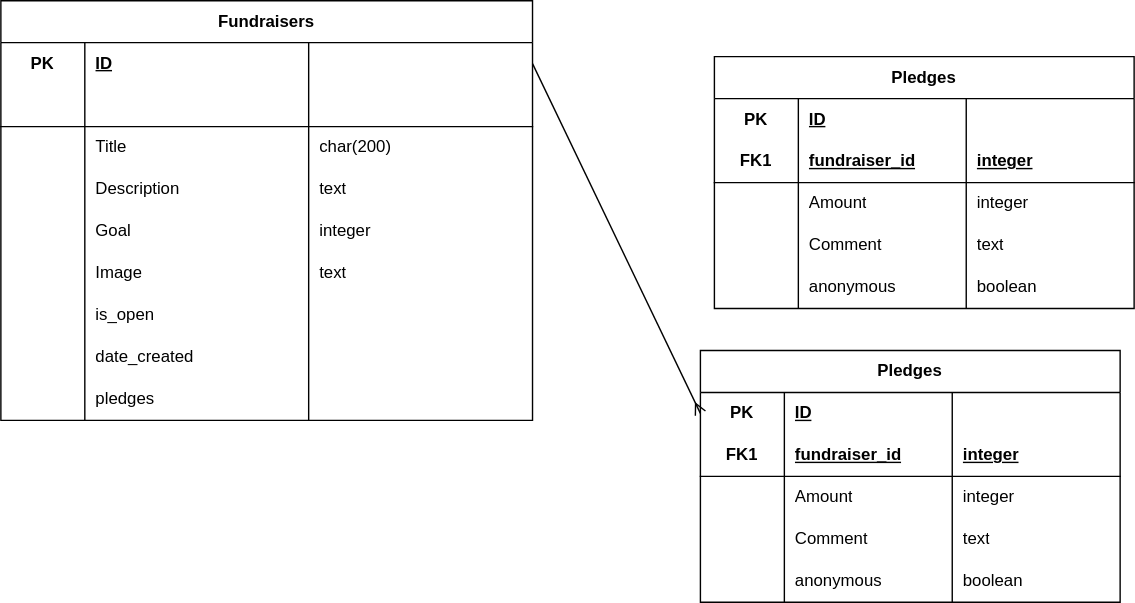
trangvo24267/crowdfunding_backend keeps this draw.io diagram as database.drawio.svg. Above is the earlier version. Source tidied: cells renumbered, new cells last; positions are measured from the earlier drawing's top-left corner, leaving out a move shared by most shapes.
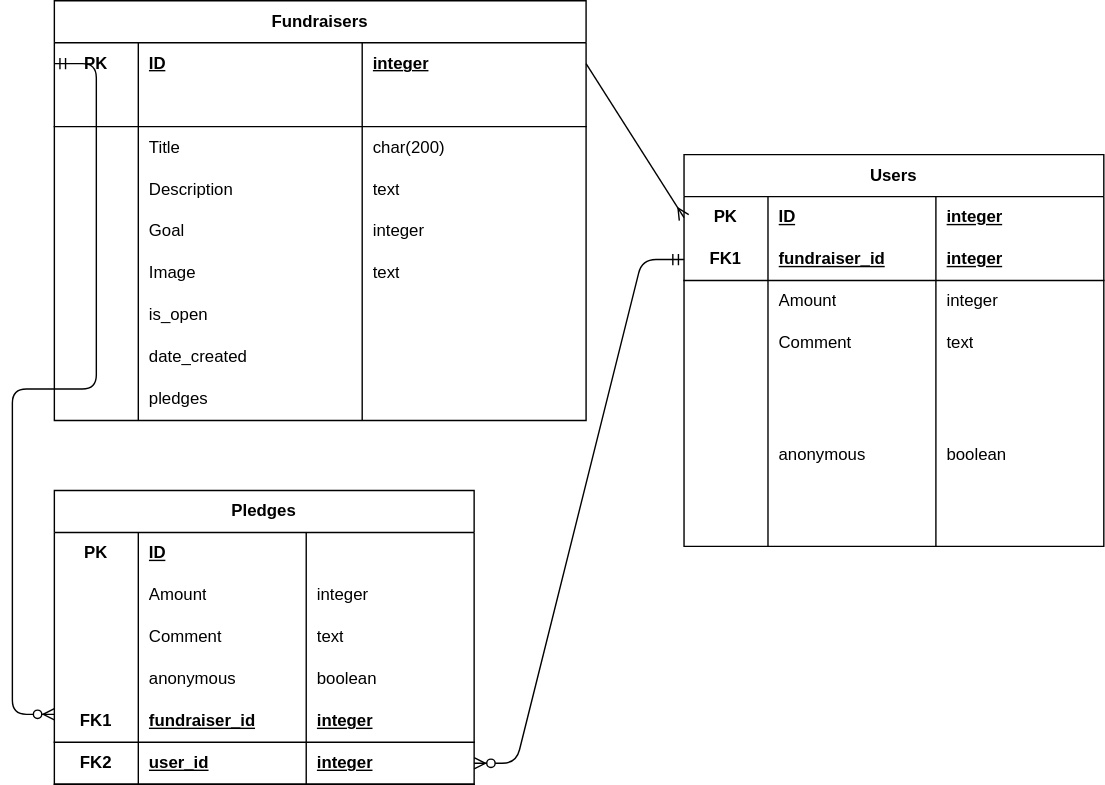
The same diagram one commit later.

Diff of the diagram source:
```diff
@@ -3,7 +3,7 @@
     <mxCell id="0" />
     <mxCell id="1" parent="0" />
     <mxCell id="2" value="Fundraisers" style="shape=table;startSize=30;rowLines=0;fontStyle=1;align=center;html=1;whiteSpace=wrap;" parent="1" vertex="1">
-      <mxGeometry width="380" height="300" as="geometry" />
+      <mxGeometry x="50" y="-10" width="380" height="300" as="geometry" />
     </mxCell>
     <mxCell id="3" style="shape=tableRow;horizontal=0;startSize=0;swimlaneHead=0;swimlaneBody=0;fillColor=none;points=[[0,0.5],[1,0.5]];portConstraint=eastwest;top=0;left=0;right=0;bottom=0;html=1;" parent="2" vertex="1">
       <mxGeometry y="30" width="380" height="30" as="geometry" />
@@ -14,7 +14,7 @@
     <mxCell id="5" value="ID" style="shape=partialRectangle;fillColor=none;top=0;left=0;bottom=0;right=0;align=left;spacingLeft=6;fontStyle=5;overflow=hidden;html=1;whiteSpace=wrap;" parent="3" vertex="1">
       <mxGeometry x="60" width="160" height="30" as="geometry" />
     </mxCell>
-    <mxCell id="6" style="shape=partialRectangle;fillColor=none;top=0;left=0;bottom=0;right=0;align=left;spacingLeft=6;fontStyle=5;overflow=hidden;html=1;whiteSpace=wrap;" parent="3" vertex="1">
+    <mxCell id="6" value="&lt;span style=&quot;color: rgb(0, 0, 0);&quot;&gt;integer&lt;/span&gt;" style="shape=partialRectangle;fillColor=none;top=0;left=0;bottom=0;right=0;align=left;spacingLeft=6;fontStyle=5;overflow=hidden;html=1;whiteSpace=wrap;" parent="3" vertex="1">
       <mxGeometry x="220" width="160" height="30" as="geometry" />
     </mxCell>
     <mxCell id="7" style="shape=tableRow;horizontal=0;startSize=0;swimlaneHead=0;swimlaneBody=0;fillColor=none;top=0;left=0;right=0;bottom=1;html=1;" parent="2" vertex="1">
@@ -113,8 +113,8 @@
     <mxCell id="38" style="shape=partialRectangle;fillColor=none;top=0;left=0;bottom=0;right=0;align=left;spacingLeft=6;overflow=hidden;html=1;whiteSpace=wrap;" parent="35" vertex="1">
       <mxGeometry x="220" width="160" height="30" as="geometry" />
     </mxCell>
-    <mxCell id="39" value="Pledges" style="shape=table;startSize=30;rowLines=0;fontStyle=1;align=center;html=1;whiteSpace=wrap;" parent="1" vertex="1">
-      <mxGeometry x="500" y="250" width="300" height="180" as="geometry" />
+    <mxCell id="39" value="Users" style="shape=table;startSize=30;rowLines=0;fontStyle=1;align=center;html=1;whiteSpace=wrap;" parent="1" vertex="1">
+      <mxGeometry x="500" y="100" width="300" height="280" as="geometry" />
     </mxCell>
     <mxCell id="40" style="shape=tableRow;horizontal=0;startSize=0;swimlaneHead=0;swimlaneBody=0;fillColor=none;points=[[0,0.5],[1,0.5]];portConstraint=eastwest;top=0;left=0;right=0;bottom=0;html=1;" parent="39" vertex="1">
       <mxGeometry y="30" width="300" height="30" as="geometry" />
@@ -125,7 +125,7 @@
     <mxCell id="42" value="ID" style="shape=partialRectangle;fillColor=none;top=0;left=0;bottom=0;right=0;align=left;spacingLeft=6;fontStyle=5;overflow=hidden;html=1;whiteSpace=wrap;" parent="40" vertex="1">
       <mxGeometry x="60" width="120" height="30" as="geometry" />
     </mxCell>
-    <mxCell id="43" style="shape=partialRectangle;fillColor=none;top=0;left=0;bottom=0;right=0;align=left;spacingLeft=6;fontStyle=5;overflow=hidden;html=1;whiteSpace=wrap;" parent="40" vertex="1">
+    <mxCell id="43" value="&lt;span style=&quot;color: rgb(0, 0, 0);&quot;&gt;integer&lt;/span&gt;" style="shape=partialRectangle;fillColor=none;top=0;left=0;bottom=0;right=0;align=left;spacingLeft=6;fontStyle=5;overflow=hidden;html=1;whiteSpace=wrap;" parent="40" vertex="1">
       <mxGeometry x="180" width="120" height="30" as="geometry" />
     </mxCell>
     <mxCell id="44" style="shape=tableRow;horizontal=0;startSize=0;swimlaneHead=0;swimlaneBody=0;fillColor=none;points=[[0,0.5],[1,0.5]];portConstraint=eastwest;top=0;left=0;right=0;bottom=1;html=1;" parent="39" vertex="1">
@@ -165,22 +165,22 @@
       <mxGeometry x="180" width="120" height="30" as="geometry" />
     </mxCell>
     <mxCell id="56" style="shape=tableRow;horizontal=0;startSize=0;swimlaneHead=0;swimlaneBody=0;fillColor=none;top=0;left=0;right=0;bottom=0;html=1;" parent="39" vertex="1">
-      <mxGeometry y="150" width="300" height="30" as="geometry" />
+      <mxGeometry y="150" width="300" height="130" as="geometry" />
     </mxCell>
     <mxCell id="57" style="shape=partialRectangle;fillColor=none;top=0;left=0;bottom=0;right=0;overflow=hidden;html=1;whiteSpace=wrap;" parent="56" vertex="1">
-      <mxGeometry width="60" height="30" as="geometry" />
+      <mxGeometry width="60" height="130" as="geometry" />
     </mxCell>
     <mxCell id="58" value="anonymous" style="shape=partialRectangle;fillColor=none;top=0;left=0;bottom=0;right=0;align=left;spacingLeft=6;overflow=hidden;html=1;whiteSpace=wrap;" parent="56" vertex="1">
-      <mxGeometry x="60" width="120" height="30" as="geometry" />
+      <mxGeometry x="60" width="120" height="130" as="geometry" />
     </mxCell>
     <mxCell id="59" value="boolean" style="shape=partialRectangle;fillColor=none;top=0;left=0;bottom=0;right=0;align=left;spacingLeft=6;overflow=hidden;html=1;whiteSpace=wrap;" parent="56" vertex="1">
-      <mxGeometry x="180" width="120" height="30" as="geometry" />
+      <mxGeometry x="180" width="120" height="130" as="geometry" />
     </mxCell>
     <mxCell id="60" style="edgeStyle=none;html=1;exitX=1;exitY=0.5;exitDx=0;exitDy=0;entryX=0;entryY=0.5;entryDx=0;entryDy=0;endArrow=ERmany;endFill=0;startArrow=none;startFill=0;" parent="1" edge="1" source="3" target="40">
       <mxGeometry relative="1" as="geometry" />
     </mxCell>
     <mxCell id="61" value="Pledges" style="shape=table;startSize=30;rowLines=0;fontStyle=1;align=center;html=1;whiteSpace=wrap;" parent="1" vertex="1">
-      <mxGeometry x="510" y="40" width="300" height="180" as="geometry" />
+      <mxGeometry x="50" y="340" width="300" height="210" as="geometry" />
     </mxCell>
     <mxCell id="62" style="shape=tableRow;horizontal=0;startSize=0;swimlaneHead=0;swimlaneBody=0;fillColor=none;top=0;left=0;right=0;bottom=0;html=1;" parent="61" vertex="1">
       <mxGeometry y="30" width="300" height="30" as="geometry" />
@@ -194,20 +194,8 @@
     <mxCell id="65" style="shape=partialRectangle;fillColor=none;top=0;left=0;bottom=0;right=0;align=left;spacingLeft=6;fontStyle=5;overflow=hidden;html=1;whiteSpace=wrap;" parent="62" vertex="1">
       <mxGeometry x="180" width="120" height="30" as="geometry" />
     </mxCell>
-    <mxCell id="66" style="shape=tableRow;horizontal=0;startSize=0;swimlaneHead=0;swimlaneBody=0;fillColor=none;top=0;left=0;right=0;bottom=1;html=1;" parent="61" vertex="1">
-      <mxGeometry y="60" width="300" height="30" as="geometry" />
-    </mxCell>
-    <mxCell id="67" value="FK1" style="shape=partialRectangle;fillColor=none;top=0;left=0;bottom=0;right=0;fontStyle=1;overflow=hidden;html=1;whiteSpace=wrap;" parent="66" vertex="1">
-      <mxGeometry width="60" height="30" as="geometry" />
-    </mxCell>
-    <mxCell id="68" value="fundraiser_id" style="shape=partialRectangle;fillColor=none;top=0;left=0;bottom=0;right=0;align=left;spacingLeft=6;fontStyle=5;overflow=hidden;html=1;whiteSpace=wrap;" parent="66" vertex="1">
-      <mxGeometry x="60" width="120" height="30" as="geometry" />
-    </mxCell>
-    <mxCell id="69" value="integer" style="shape=partialRectangle;fillColor=none;top=0;left=0;bottom=0;right=0;align=left;spacingLeft=6;fontStyle=5;overflow=hidden;html=1;whiteSpace=wrap;" parent="66" vertex="1">
-      <mxGeometry x="180" width="120" height="30" as="geometry" />
-    </mxCell>
     <mxCell id="70" style="shape=tableRow;horizontal=0;startSize=0;swimlaneHead=0;swimlaneBody=0;fillColor=none;top=0;left=0;right=0;bottom=0;html=1;" parent="61" vertex="1">
-      <mxGeometry y="90" width="300" height="30" as="geometry" />
+      <mxGeometry y="60" width="300" height="30" as="geometry" />
     </mxCell>
     <mxCell id="71" style="shape=partialRectangle;fillColor=none;top=0;left=0;bottom=0;right=0;overflow=hidden;html=1;whiteSpace=wrap;" parent="70" vertex="1">
       <mxGeometry width="60" height="30" as="geometry" />
@@ -219,7 +207,7 @@
       <mxGeometry x="180" width="120" height="30" as="geometry" />
     </mxCell>
     <mxCell id="74" style="shape=tableRow;horizontal=0;startSize=0;swimlaneHead=0;swimlaneBody=0;fillColor=none;top=0;left=0;right=0;bottom=0;html=1;" parent="61" vertex="1">
-      <mxGeometry y="120" width="300" height="30" as="geometry" />
+      <mxGeometry y="90" width="300" height="30" as="geometry" />
     </mxCell>
     <mxCell id="75" style="shape=partialRectangle;fillColor=none;top=0;left=0;bottom=0;right=0;overflow=hidden;html=1;whiteSpace=wrap;" parent="74" vertex="1">
       <mxGeometry width="60" height="30" as="geometry" />
@@ -231,7 +219,7 @@
       <mxGeometry x="180" width="120" height="30" as="geometry" />
     </mxCell>
     <mxCell id="78" style="shape=tableRow;horizontal=0;startSize=0;swimlaneHead=0;swimlaneBody=0;fillColor=none;top=0;left=0;right=0;bottom=0;html=1;" parent="61" vertex="1">
-      <mxGeometry y="150" width="300" height="30" as="geometry" />
+      <mxGeometry y="120" width="300" height="30" as="geometry" />
     </mxCell>
     <mxCell id="79" style="shape=partialRectangle;fillColor=none;top=0;left=0;bottom=0;right=0;overflow=hidden;html=1;whiteSpace=wrap;" parent="78" vertex="1">
       <mxGeometry width="60" height="30" as="geometry" />
@@ -242,5 +230,49 @@
     <mxCell id="81" value="boolean" style="shape=partialRectangle;fillColor=none;top=0;left=0;bottom=0;right=0;align=left;spacingLeft=6;overflow=hidden;html=1;whiteSpace=wrap;" parent="78" vertex="1">
       <mxGeometry x="180" width="120" height="30" as="geometry" />
     </mxCell>
+    <mxCell id="82" style="shape=tableRow;horizontal=0;startSize=0;swimlaneHead=0;swimlaneBody=0;fillColor=none;top=0;left=0;right=0;bottom=1;html=1;" parent="61" vertex="1">
+      <mxGeometry y="150" width="300" height="30" as="geometry" />
+    </mxCell>
+    <mxCell id="67" value="FK1" style="shape=partialRectangle;fillColor=none;top=0;left=0;bottom=0;right=0;fontStyle=1;overflow=hidden;html=1;whiteSpace=wrap;" parent="82" vertex="1">
+      <mxGeometry width="60" height="30" as="geometry" />
+    </mxCell>
+    <mxCell id="68" value="fundraiser_id" style="shape=partialRectangle;fillColor=none;top=0;left=0;bottom=0;right=0;align=left;spacingLeft=6;fontStyle=5;overflow=hidden;html=1;whiteSpace=wrap;" parent="82" vertex="1">
+      <mxGeometry x="60" width="120" height="30" as="geometry" />
+    </mxCell>
+    <mxCell id="83" value="integer" style="shape=partialRectangle;fillColor=none;top=0;left=0;bottom=0;right=0;align=left;spacingLeft=6;fontStyle=5;overflow=hidden;html=1;whiteSpace=wrap;" parent="82" vertex="1">
+      <mxGeometry x="180" width="120" height="30" as="geometry" />
+    </mxCell>
+    <mxCell id="84" style="shape=tableRow;horizontal=0;startSize=0;swimlaneHead=0;swimlaneBody=0;fillColor=none;points=[[0,0.5],[1,0.5]];portConstraint=eastwest;top=0;left=0;right=0;bottom=1;html=1;" parent="61" vertex="1">
+      <mxGeometry y="180" width="300" height="30" as="geometry" />
+    </mxCell>
+    <mxCell id="85" value="FK2" style="shape=partialRectangle;fillColor=none;top=0;left=0;bottom=0;right=0;fontStyle=1;overflow=hidden;html=1;whiteSpace=wrap;" parent="84" vertex="1">
+      <mxGeometry width="60" height="30" as="geometry" />
+    </mxCell>
+    <mxCell id="86" value="user_id" style="shape=partialRectangle;fillColor=none;top=0;left=0;bottom=0;right=0;align=left;spacingLeft=6;fontStyle=5;overflow=hidden;html=1;whiteSpace=wrap;" parent="84" vertex="1">
+      <mxGeometry x="60" width="120" height="30" as="geometry" />
+    </mxCell>
+    <mxCell id="87" value="integer" style="shape=partialRectangle;fillColor=none;top=0;left=0;bottom=0;right=0;align=left;spacingLeft=6;fontStyle=5;overflow=hidden;html=1;whiteSpace=wrap;" parent="84" vertex="1">
+      <mxGeometry x="180" width="120" height="30" as="geometry" />
+    </mxCell>
+    <mxCell id="88" style="edgeStyle=entityRelationEdgeStyle;fontSize=12;html=1;endArrow=ERzeroToMany;startArrow=ERmandOne;entryX=1;entryY=0.5;entryDx=0;entryDy=0;" parent="1" edge="1" source="44" target="84">
+      <mxGeometry relative="1" as="geometry">
+        <Array as="points">
+          <mxPoint x="350" y="540" />
+        </Array>
+      </mxGeometry>
+    </mxCell>
+    <mxCell id="89" style="edgeStyle=entityRelationEdgeStyle;fontSize=12;html=1;endArrow=ERzeroToMany;startArrow=ERmandOne;entryX=1;entryY=0.5;entryDx=0;entryDy=0;" parent="1" edge="1">
+      <mxGeometry relative="1" as="geometry">
+        <mxPoint x="50" y="35" as="sourcePoint" />
+        <mxPoint x="50" y="500" as="targetPoint" />
+        <Array as="points">
+          <mxPoint y="120" />
+          <mxPoint x="80" y="40" />
+          <mxPoint x="-40" y="70" />
+          <mxPoint x="20" y="150" />
+          <mxPoint x="50" y="505" />
+        </Array>
+      </mxGeometry>
+    </mxCell>
   </root>
 </mxGraphModel>
```
